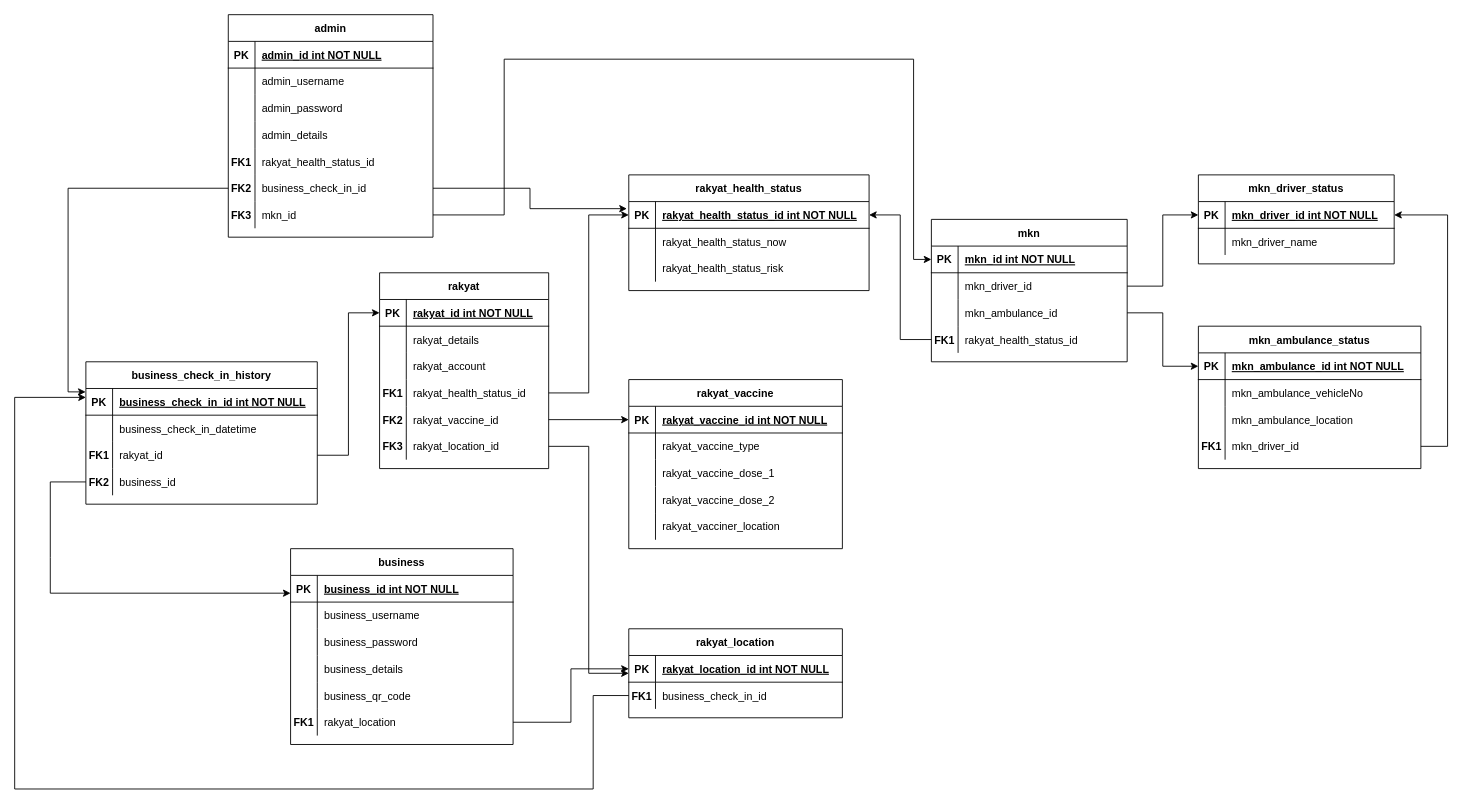
Above: day-3/mysejahtera.drawio in zahinz/SET-Backend (draw.io), before the change. Source tidied: cells renumbered, new cells numbered last; positions are measured from the earlier drawing's top-left corner, leaving out a move shared by most shapes. Both pictures are drawn from the tidied source at 89%, with x=0, y=0 at pixel (14, 14).
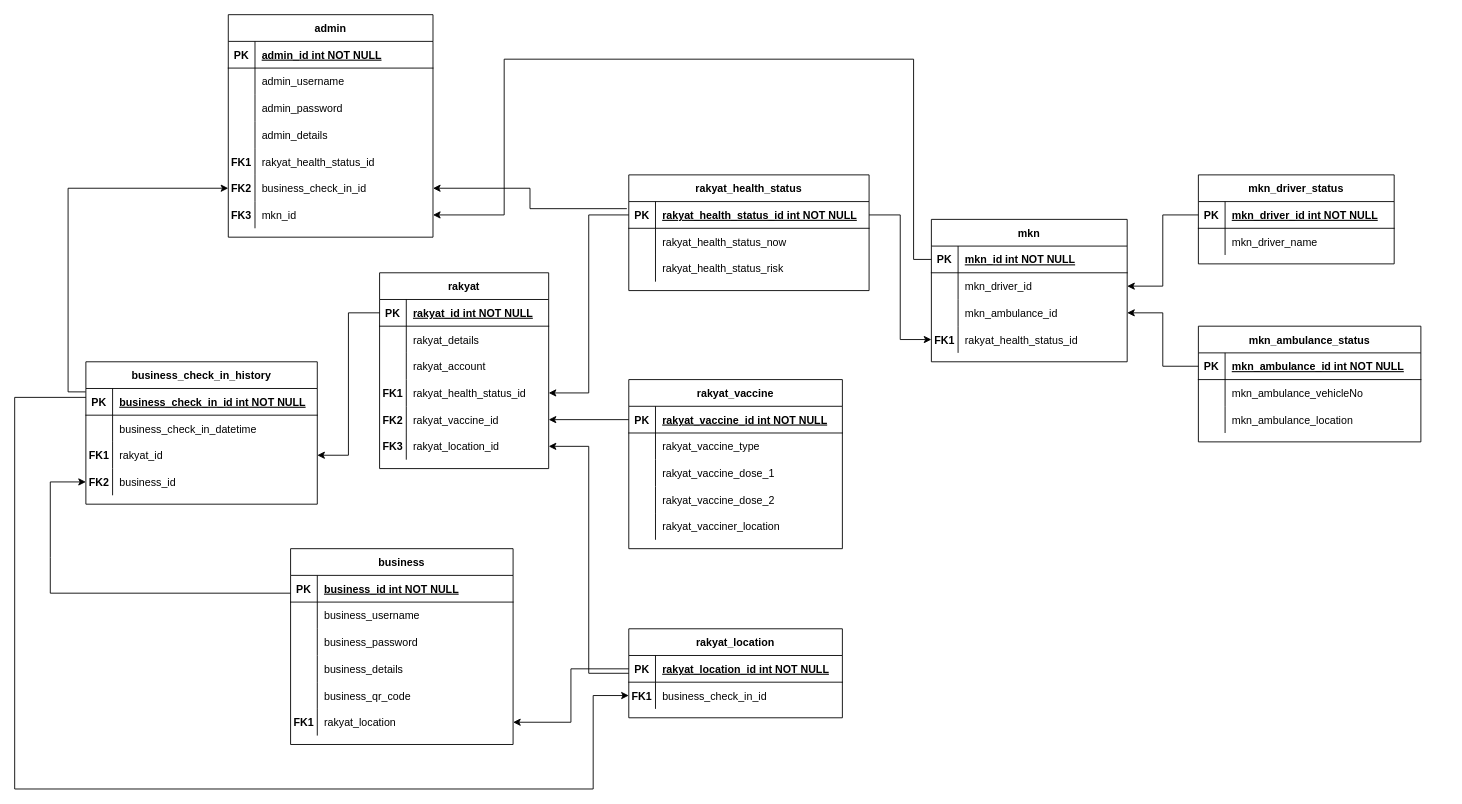
After the change.

Unchanged cells that the change refers to:
```xml
<mxCell id="3" style="shape=partialRectangle;fillColor=none;points=[[0,0.5],[1,0.5]];portConstraint=eastwest;top=0;left=0;right=0;bottom=1;" parent="2" vertex="1">
  <mxGeometry y="30" width="190" height="30" as="geometry" />
</mxCell>
<mxCell id="12" style="shape=partialRectangle;fillColor=none;points=[[0,0.5],[1,0.5]];portConstraint=eastwest;top=0;left=0;right=0;bottom=0;" parent="2" vertex="1">
  <mxGeometry y="120" width="190" height="30" as="geometry" />
</mxCell>
<mxCell id="15" style="shape=partialRectangle;fillColor=none;points=[[0,0.5],[1,0.5]];portConstraint=eastwest;top=0;left=0;right=0;bottom=0;" parent="2" vertex="1">
  <mxGeometry y="150" width="190" height="30" as="geometry" />
</mxCell>
<mxCell id="18" style="shape=partialRectangle;fillColor=none;points=[[0,0.5],[1,0.5]];portConstraint=eastwest;top=0;left=0;right=0;bottom=0;" parent="2" vertex="1">
  <mxGeometry y="180" width="190" height="30" as="geometry" />
</mxCell>
<mxCell id="21" value="rakyat_location" style="shape=table;startSize=30;childLayout=tableLayout;rowLines=0;fontStyle=1;align=center;" parent="1" vertex="1">
  <mxGeometry x="690" y="690" width="240" height="100" as="geometry" />
</mxCell>
<mxCell id="22" style="shape=partialRectangle;fillColor=none;points=[[0,0.5],[1,0.5]];portConstraint=eastwest;top=0;left=0;right=0;bottom=1;" parent="21" vertex="1">
  <mxGeometry y="30" width="240" height="30" as="geometry" />
</mxCell>
<mxCell id="25" style="shape=partialRectangle;fillColor=none;points=[[0,0.5],[1,0.5]];portConstraint=eastwest;top=0;left=0;right=0;bottom=0;" parent="21" vertex="1">
  <mxGeometry y="60" width="240" height="30" as="geometry" />
</mxCell>
<mxCell id="29" style="shape=partialRectangle;fillColor=none;points=[[0,0.5],[1,0.5]];portConstraint=eastwest;top=0;left=0;right=0;bottom=1;" parent="28" vertex="1">
  <mxGeometry y="30" width="240" height="30" as="geometry" />
</mxCell>
<mxCell id="45" style="shape=partialRectangle;fillColor=none;points=[[0,0.5],[1,0.5]];portConstraint=eastwest;top=0;left=0;right=0;bottom=1;" parent="44" vertex="1">
  <mxGeometry y="30" width="220" height="30" as="geometry" />
</mxCell>
<mxCell id="48" style="shape=partialRectangle;fillColor=none;points=[[0,0.5],[1,0.5]];portConstraint=eastwest;top=0;left=0;right=0;bottom=0;" parent="44" vertex="1">
  <mxGeometry y="60" width="220" height="30" as="geometry" />
</mxCell>
<mxCell id="51" style="shape=partialRectangle;fillColor=none;points=[[0,0.5],[1,0.5]];portConstraint=eastwest;top=0;left=0;right=0;bottom=0;" parent="44" vertex="1">
  <mxGeometry y="90" width="220" height="30" as="geometry" />
</mxCell>
<mxCell id="54" style="shape=partialRectangle;fillColor=none;points=[[0,0.5],[1,0.5]];portConstraint=eastwest;top=0;left=0;right=0;bottom=0;" parent="44" vertex="1">
  <mxGeometry y="120" width="220" height="30" as="geometry" />
</mxCell>
<mxCell id="58" style="shape=partialRectangle;fillColor=none;points=[[0,0.5],[1,0.5]];portConstraint=eastwest;top=0;left=0;right=0;bottom=1;" parent="57" vertex="1">
  <mxGeometry y="30" width="220" height="30" as="geometry" />
</mxCell>
<mxCell id="65" style="shape=partialRectangle;fillColor=none;points=[[0,0.5],[1,0.5]];portConstraint=eastwest;top=0;left=0;right=0;bottom=1;" parent="64" vertex="1">
  <mxGeometry y="30" width="250" height="30" as="geometry" />
</mxCell>
<mxCell id="93" style="shape=partialRectangle;fillColor=none;points=[[0,0.5],[1,0.5]];portConstraint=eastwest;top=0;left=0;right=0;bottom=0;" parent="77" vertex="1">
  <mxGeometry y="180" width="250" height="30" as="geometry" />
</mxCell>
<mxCell id="96" value="business_check_in_history" style="shape=table;startSize=30;childLayout=tableLayout;rowLines=0;fontStyle=1;align=center;" parent="1" vertex="1">
  <mxGeometry x="80" y="390" width="260" height="160" as="geometry" />
</mxCell>
<mxCell id="97" style="shape=partialRectangle;fillColor=none;points=[[0,0.5],[1,0.5]];portConstraint=eastwest;top=0;left=0;right=0;bottom=1;" parent="96" vertex="1">
  <mxGeometry y="30" width="260" height="30" as="geometry" />
</mxCell>
<mxCell id="103" style="shape=partialRectangle;fillColor=none;points=[[0,0.5],[1,0.5]];portConstraint=eastwest;top=0;left=0;right=0;bottom=0;" parent="96" vertex="1">
  <mxGeometry y="90" width="260" height="30" as="geometry" />
</mxCell>
<mxCell id="106" style="shape=partialRectangle;fillColor=none;points=[[0,0.5],[1,0.5]];portConstraint=eastwest;top=0;left=0;right=0;bottom=0;" parent="96" vertex="1">
  <mxGeometry y="120" width="260" height="30" as="geometry" />
</mxCell>
<mxCell id="126" style="shape=partialRectangle;fillColor=none;points=[[0,0.5],[1,0.5]];portConstraint=eastwest;top=0;left=0;right=0;bottom=0;" parent="110" vertex="1">
  <mxGeometry y="180" width="230" height="30" as="geometry" />
</mxCell>
<mxCell id="129" style="shape=partialRectangle;fillColor=none;points=[[0,0.5],[1,0.5]];portConstraint=eastwest;top=0;left=0;right=0;bottom=0;" parent="110" vertex="1">
  <mxGeometry y="210" width="230" height="30" as="geometry" />
</mxCell>
<mxCell id="135" style="shape=partialRectangle;fillColor=none;points=[[0,0.5],[1,0.5]];portConstraint=eastwest;top=0;left=0;right=0;bottom=1;" parent="134" vertex="1">
  <mxGeometry y="30" width="270" height="30" as="geometry" />
</mxCell>
```

The edit, as a diff of the source:
```diff
@@
     <mxCell id="64" value="mkn_ambulance_status" style="shape=table;startSize=30;childLayout=tableLayout;rowLines=0;fontStyle=1;align=center;" parent="1" vertex="1">
-      <mxGeometry x="1330" y="350" width="250" height="160" as="geometry" />
+      <mxGeometry x="1330" y="350" width="250" height="130" as="geometry" />
     </mxCell>
@@
-    <mxCell id="74" style="shape=partialRectangle;fillColor=none;points=[[0,0.5],[1,0.5]];portConstraint=eastwest;top=0;left=0;right=0;bottom=0;" parent="64" vertex="1">
-      <mxGeometry y="120" width="250" height="30" as="geometry" />
-    </mxCell>
-    <mxCell id="75" value="FK1" style="shape=partialRectangle;overflow=hidden;fillColor=none;top=0;left=0;bottom=0;right=0;fontStyle=1;" parent="74" vertex="1">
-      <mxGeometry width="30" height="30" as="geometry" />
-    </mxCell>
-    <mxCell id="76" value="mkn_driver_id" style="shape=partialRectangle;overflow=hidden;fillColor=none;top=0;left=0;bottom=0;right=0;align=left;spacingLeft=6;" parent="74" vertex="1">
-      <mxGeometry x="30" width="220" height="30" as="geometry" />
-    </mxCell>
@@
-    <mxCell id="109" style="edgeStyle=orthogonalEdgeStyle;rounded=0;jettySize=auto;html=1;" parent="96" edge="1" source="106">
+    <mxCell id="109" style="edgeStyle=orthogonalEdgeStyle;rounded=0;jettySize=auto;html=1;" parent="96" edge="1" target="106">
       <mxGeometry relative="1" as="geometry">
-        <mxPoint x="230" y="260" as="targetPoint" />
+        <mxPoint x="230" y="260" as="sourcePoint" />
         <Array as="points">
+          <mxPoint x="-40" y="260" />
+          <mxPoint x="-40" y="220" />
           <mxPoint x="-40" y="135" />
-          <mxPoint x="-40" y="220" />
-          <mxPoint x="-40" y="260" />
         </Array>
       </mxGeometry>
     </mxCell>
@@
-    <mxCell id="132" style="edgeStyle=orthogonalEdgeStyle;rounded=0;jettySize=auto;html=1;entryX=0;entryY=0.5;entryDx=0;entryDy=0;" parent="1" edge="1" source="15" target="29">
-      <mxGeometry relative="1" as="geometry" />
-    </mxCell>
-    <mxCell id="133" style="edgeStyle=orthogonalEdgeStyle;rounded=0;jettySize=auto;html=1;entryX=0;entryY=0.5;entryDx=0;entryDy=0;" parent="1" edge="1" source="18" target="21">
+    <mxCell id="133" style="edgeStyle=orthogonalEdgeStyle;rounded=0;jettySize=auto;html=1;exitX=0;exitY=0.5;exitDx=0;exitDy=0;" parent="1" edge="1" source="21" target="18">
       <mxGeometry relative="1" as="geometry" />
     </mxCell>
@@
-    <mxCell id="144" style="edgeStyle=orthogonalEdgeStyle;rounded=0;jettySize=auto;html=1;entryX=0;entryY=0.5;entryDx=0;entryDy=0;" parent="1" edge="1" source="12" target="135">
-      <mxGeometry relative="1" as="geometry" />
-    </mxCell>
-    <mxCell id="145" style="edgeStyle=orthogonalEdgeStyle;rounded=0;jettySize=auto;html=1;entryX=1;entryY=0.5;entryDx=0;entryDy=0;" parent="1" edge="1" source="54" target="135">
-      <mxGeometry relative="1" as="geometry" />
-    </mxCell>
-    <mxCell id="146" style="edgeStyle=orthogonalEdgeStyle;rounded=0;jettySize=auto;html=1;entryX=0;entryY=0.5;entryDx=0;entryDy=0;" parent="1" edge="1" source="48" target="58">
+    <mxCell id="146" style="edgeStyle=orthogonalEdgeStyle;rounded=0;jettySize=auto;html=1;exitX=0;exitY=0.5;exitDx=0;exitDy=0;" parent="1" edge="1" source="58" target="48">
       <mxGeometry relative="1" as="geometry" />
     </mxCell>
-    <mxCell id="147" style="edgeStyle=orthogonalEdgeStyle;rounded=0;jettySize=auto;html=1;entryX=0;entryY=0.5;entryDx=0;entryDy=0;" parent="1" edge="1" source="51" target="65">
+    <mxCell id="147" style="edgeStyle=orthogonalEdgeStyle;rounded=0;jettySize=auto;html=1;exitX=0;exitY=0.5;exitDx=0;exitDy=0;" parent="1" edge="1" source="65" target="51">
       <mxGeometry relative="1" as="geometry" />
     </mxCell>
+    <mxCell id="145" style="edgeStyle=orthogonalEdgeStyle;rounded=0;jettySize=auto;html=1;exitX=1;exitY=0.5;exitDx=0;exitDy=0;" parent="1" edge="1" source="135" target="54">
+      <mxGeometry relative="1" as="geometry" />
+    </mxCell>
+    <mxCell id="149" style="edgeStyle=orthogonalEdgeStyle;rounded=0;jettySize=auto;html=1;exitX=0;exitY=0.5;exitDx=0;exitDy=0;" parent="1" edge="1" source="45" target="129">
+      <mxGeometry relative="1" as="geometry">
+        <Array as="points">
+          <mxPoint x="1010" y="275" />
+          <mxPoint x="1010" y="50" />
+          <mxPoint x="550" y="50" />
+          <mxPoint x="550" y="225" />
+        </Array>
+      </mxGeometry>
+    </mxCell>
+    <mxCell id="153" style="edgeStyle=elbowEdgeStyle;rounded=0;jettySize=auto;elbow=vertical;html=1;exitX=-0.008;exitY=0.265;exitDx=0;exitDy=0;entryX=1;entryY=0.5;entryDx=0;entryDy=0;exitPerimeter=0;" parent="1" edge="1" source="135" target="126">
+      <mxGeometry relative="1" as="geometry" />
+    </mxCell>
+    <mxCell id="152" style="edgeStyle=orthogonalEdgeStyle;rounded=0;jettySize=auto;html=1;exitX=-0.001;exitY=0.128;exitDx=0;exitDy=0;exitPerimeter=0;" parent="1" edge="1" source="97" target="126">
+      <mxGeometry relative="1" as="geometry" />
+    </mxCell>
+    <mxCell id="150" style="edgeStyle=orthogonalEdgeStyle;rounded=0;jettySize=auto;html=1;exitX=0;exitY=0.333;exitDx=0;exitDy=0;exitPerimeter=0;" parent="1" edge="1" source="97" target="25">
+      <mxGeometry relative="1" as="geometry">
+        <Array as="points">
+          <mxPoint y="430" />
+          <mxPoint y="870" />
+          <mxPoint x="650" y="870" />
+          <mxPoint x="650" y="765" />
+        </Array>
+      </mxGeometry>
+    </mxCell>
+    <mxCell id="132" style="edgeStyle=orthogonalEdgeStyle;rounded=0;jettySize=auto;html=1;exitX=0;exitY=0.5;exitDx=0;exitDy=0;" parent="1" edge="1" source="29" target="15">
+      <mxGeometry relative="1" as="geometry" />
+    </mxCell>
+    <mxCell id="144" style="edgeStyle=orthogonalEdgeStyle;rounded=0;jettySize=auto;html=1;exitX=0;exitY=0.5;exitDx=0;exitDy=0;" parent="1" edge="1" source="135" target="12">
+      <mxGeometry relative="1" as="geometry" />
+    </mxCell>
-    <mxCell id="148" style="edgeStyle=orthogonalEdgeStyle;rounded=0;jettySize=auto;html=1;entryX=0;entryY=0.5;entryDx=0;entryDy=0;" parent="1" edge="1" source="103" target="3">
+    <mxCell id="148" style="edgeStyle=orthogonalEdgeStyle;rounded=0;jettySize=auto;html=1;exitX=0;exitY=0.5;exitDx=0;exitDy=0;" parent="1" edge="1" source="3" target="103">
       <mxGeometry relative="1" as="geometry" />
     </mxCell>
-    <mxCell id="149" style="edgeStyle=orthogonalEdgeStyle;rounded=0;jettySize=auto;html=1;entryX=0;entryY=0.5;entryDx=0;entryDy=0;" parent="1" edge="1" source="129" target="45">
-      <mxGeometry relative="1" as="geometry">
-        <Array as="points">
-          <mxPoint x="550" y="225" />
-          <mxPoint x="550" y="50" />
-          <mxPoint x="1010" y="50" />
-          <mxPoint x="1010" y="275" />
-        </Array>
-      </mxGeometry>
-    </mxCell>
-    <mxCell id="150" style="edgeStyle=orthogonalEdgeStyle;rounded=0;jettySize=auto;html=1;entryX=0;entryY=0.333;entryDx=0;entryDy=0;entryPerimeter=0;" parent="1" edge="1" source="25" target="97">
-      <mxGeometry relative="1" as="geometry">
-        <Array as="points">
-          <mxPoint x="650" y="765" />
-          <mxPoint x="650" y="870" />
-          <mxPoint y="870" />
-          <mxPoint y="430" />
-        </Array>
-      </mxGeometry>
-    </mxCell>
-    <mxCell id="151" style="edgeStyle=orthogonalEdgeStyle;rounded=0;jettySize=auto;html=1;entryX=0;entryY=0.5;entryDx=0;entryDy=0;" parent="1" edge="1" source="93" target="22">
+    <mxCell id="151" style="edgeStyle=orthogonalEdgeStyle;rounded=0;jettySize=auto;html=1;exitX=0;exitY=0.5;exitDx=0;exitDy=0;" parent="1" edge="1" source="22" target="93">
       <mxGeometry relative="1" as="geometry" />
     </mxCell>
-    <mxCell id="152" style="edgeStyle=orthogonalEdgeStyle;rounded=0;jettySize=auto;html=1;entryX=-0.001;entryY=0.128;entryDx=0;entryDy=0;entryPerimeter=0;" parent="1" edge="1" source="126" target="97">
-      <mxGeometry relative="1" as="geometry" />
-    </mxCell>
-    <mxCell id="153" style="edgeStyle=elbowEdgeStyle;rounded=0;jettySize=auto;elbow=vertical;html=1;exitX=1;exitY=0.5;exitDx=0;exitDy=0;entryX=-0.008;entryY=0.265;entryDx=0;entryDy=0;entryPerimeter=0;" parent="1" edge="1" source="126" target="135">
-      <mxGeometry relative="1" as="geometry" />
-    </mxCell>
-    <mxCell id="154" style="edgeStyle=entityRelationEdgeStyle;rounded=0;jettySize=auto;elbow=vertical;html=1;entryX=1;entryY=0.5;entryDx=0;entryDy=0;" parent="1" edge="1" source="74" target="58">
-      <mxGeometry relative="1" as="geometry" />
-    </mxCell>
```
